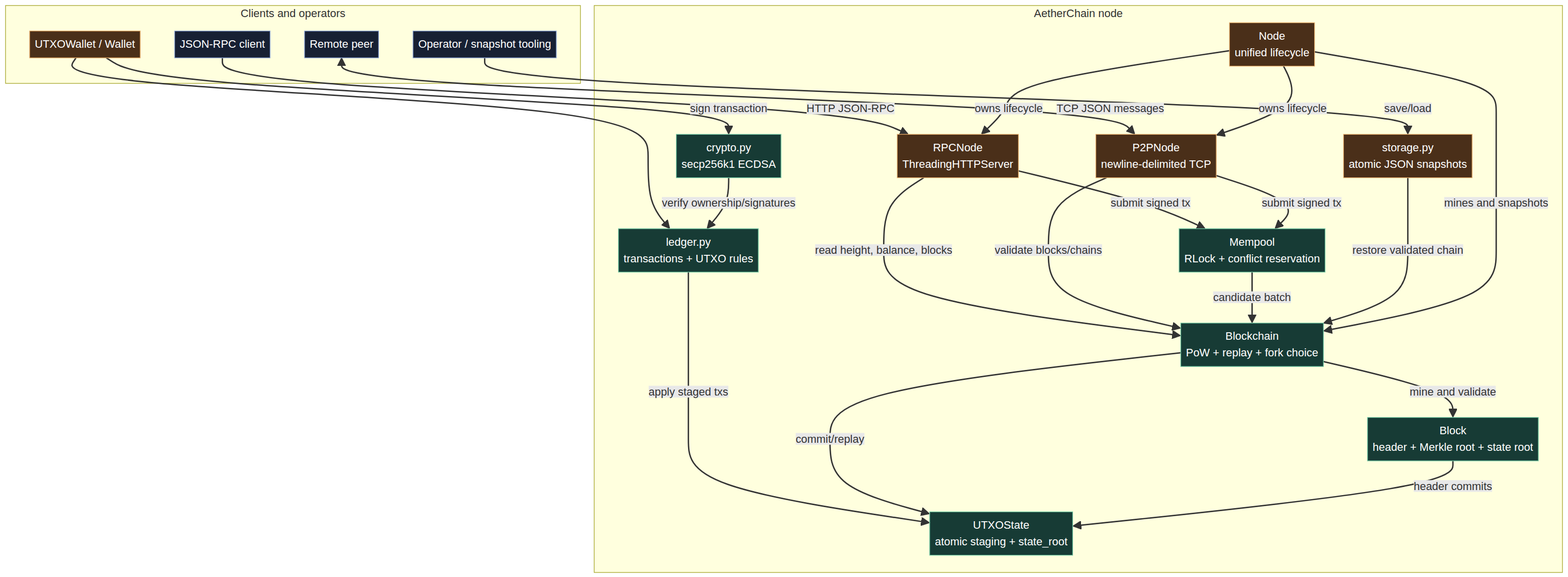
Earlier version of the Mermaid export docs/architecture.png (washington-oyekunle/aetherchain). Its source is kept beside it as docs/architecture.mmd.
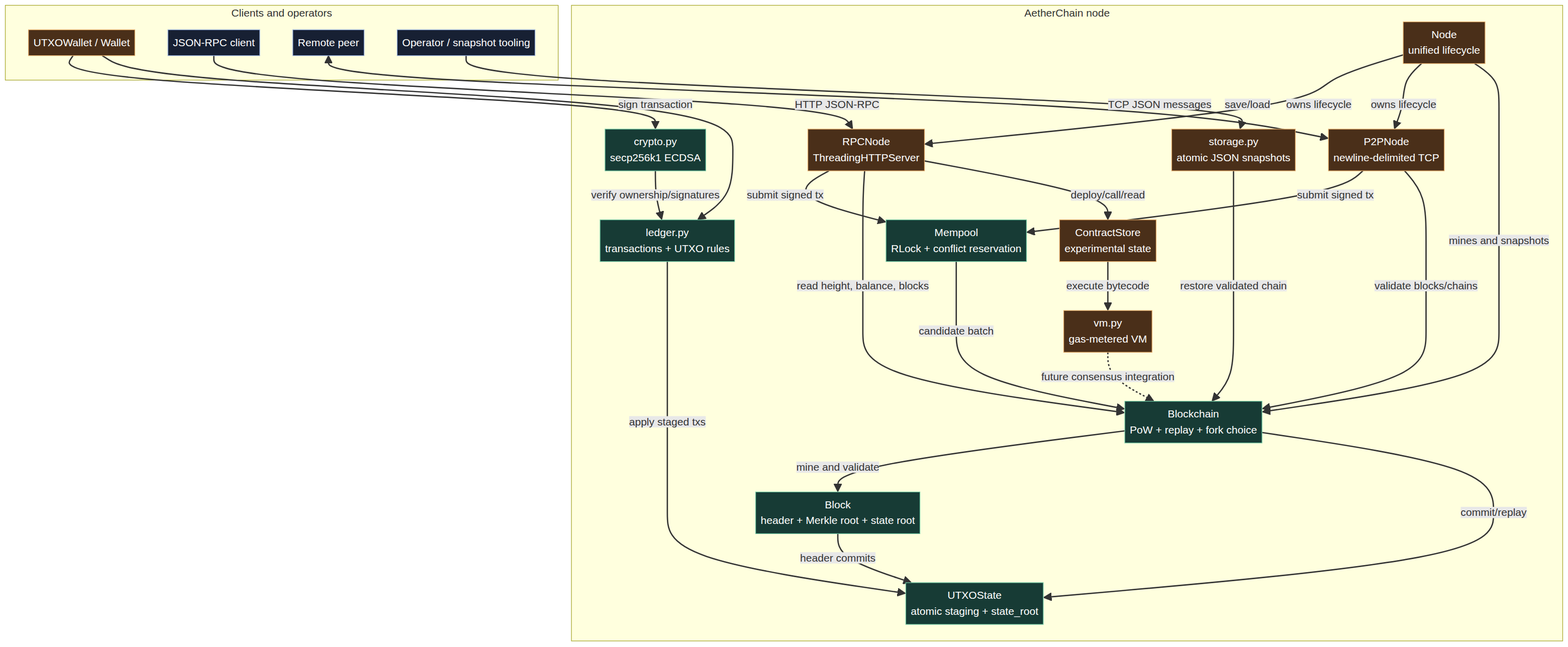
Later version of the same file.

The edit, as a diff of the source:
```diff
@@ -17,6 +17,8 @@
         Ledger[ledger.py\ntransactions + UTXO rules]
         Storage[storage.py\natomic JSON snapshots]
         NodeRuntime[Node\nunified lifecycle]
+        VM[vm.py\ngas-metered VM]
+        Contracts[ContractStore\nexperimental state]
     end
 
     Wallet -->|sign transaction| Crypto
@@ -39,10 +41,13 @@
     NodeRuntime -->|owns lifecycle| RPC
     NodeRuntime -->|owns lifecycle| P2P
     NodeRuntime -->|mines and snapshots| Chain
+    RPC -->|deploy/call/read| Contracts
+    Contracts -->|execute bytecode| VM
+    VM -.->|future consensus integration| Chain
 
     classDef boundary fill:#172033,stroke:#8aa4d6,color:#fff;
     classDef core fill:#173b35,stroke:#6fc7a2,color:#fff;
     classDef data fill:#4a2f19,stroke:#e2a866,color:#fff;
     class RPCClient,Peer,Operator boundary;
     class Chain,Block,State,Mempool,Crypto,Ledger core;
-    class Wallet,RPC,P2P,Storage,NodeRuntime data;
+    class Wallet,RPC,P2P,Storage,NodeRuntime,VM,Contracts data;
```
